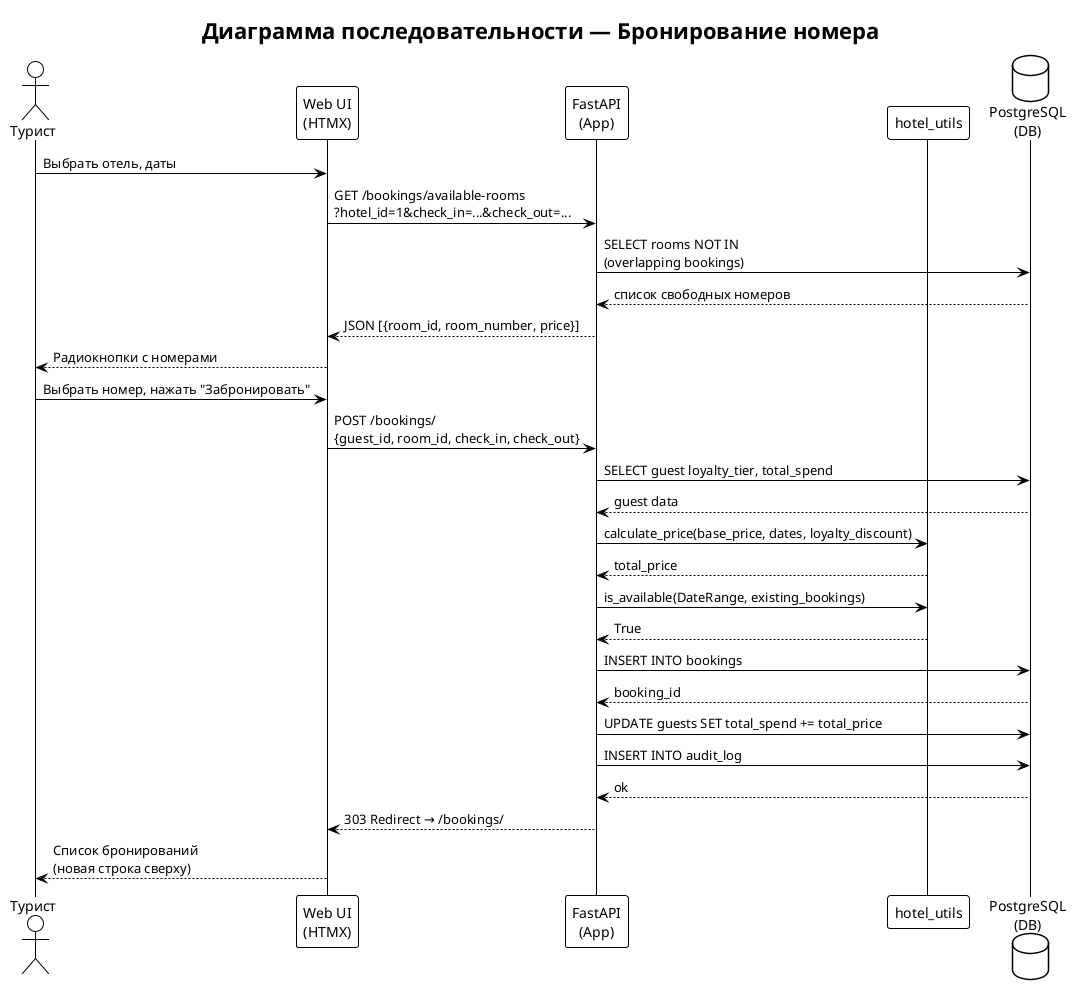
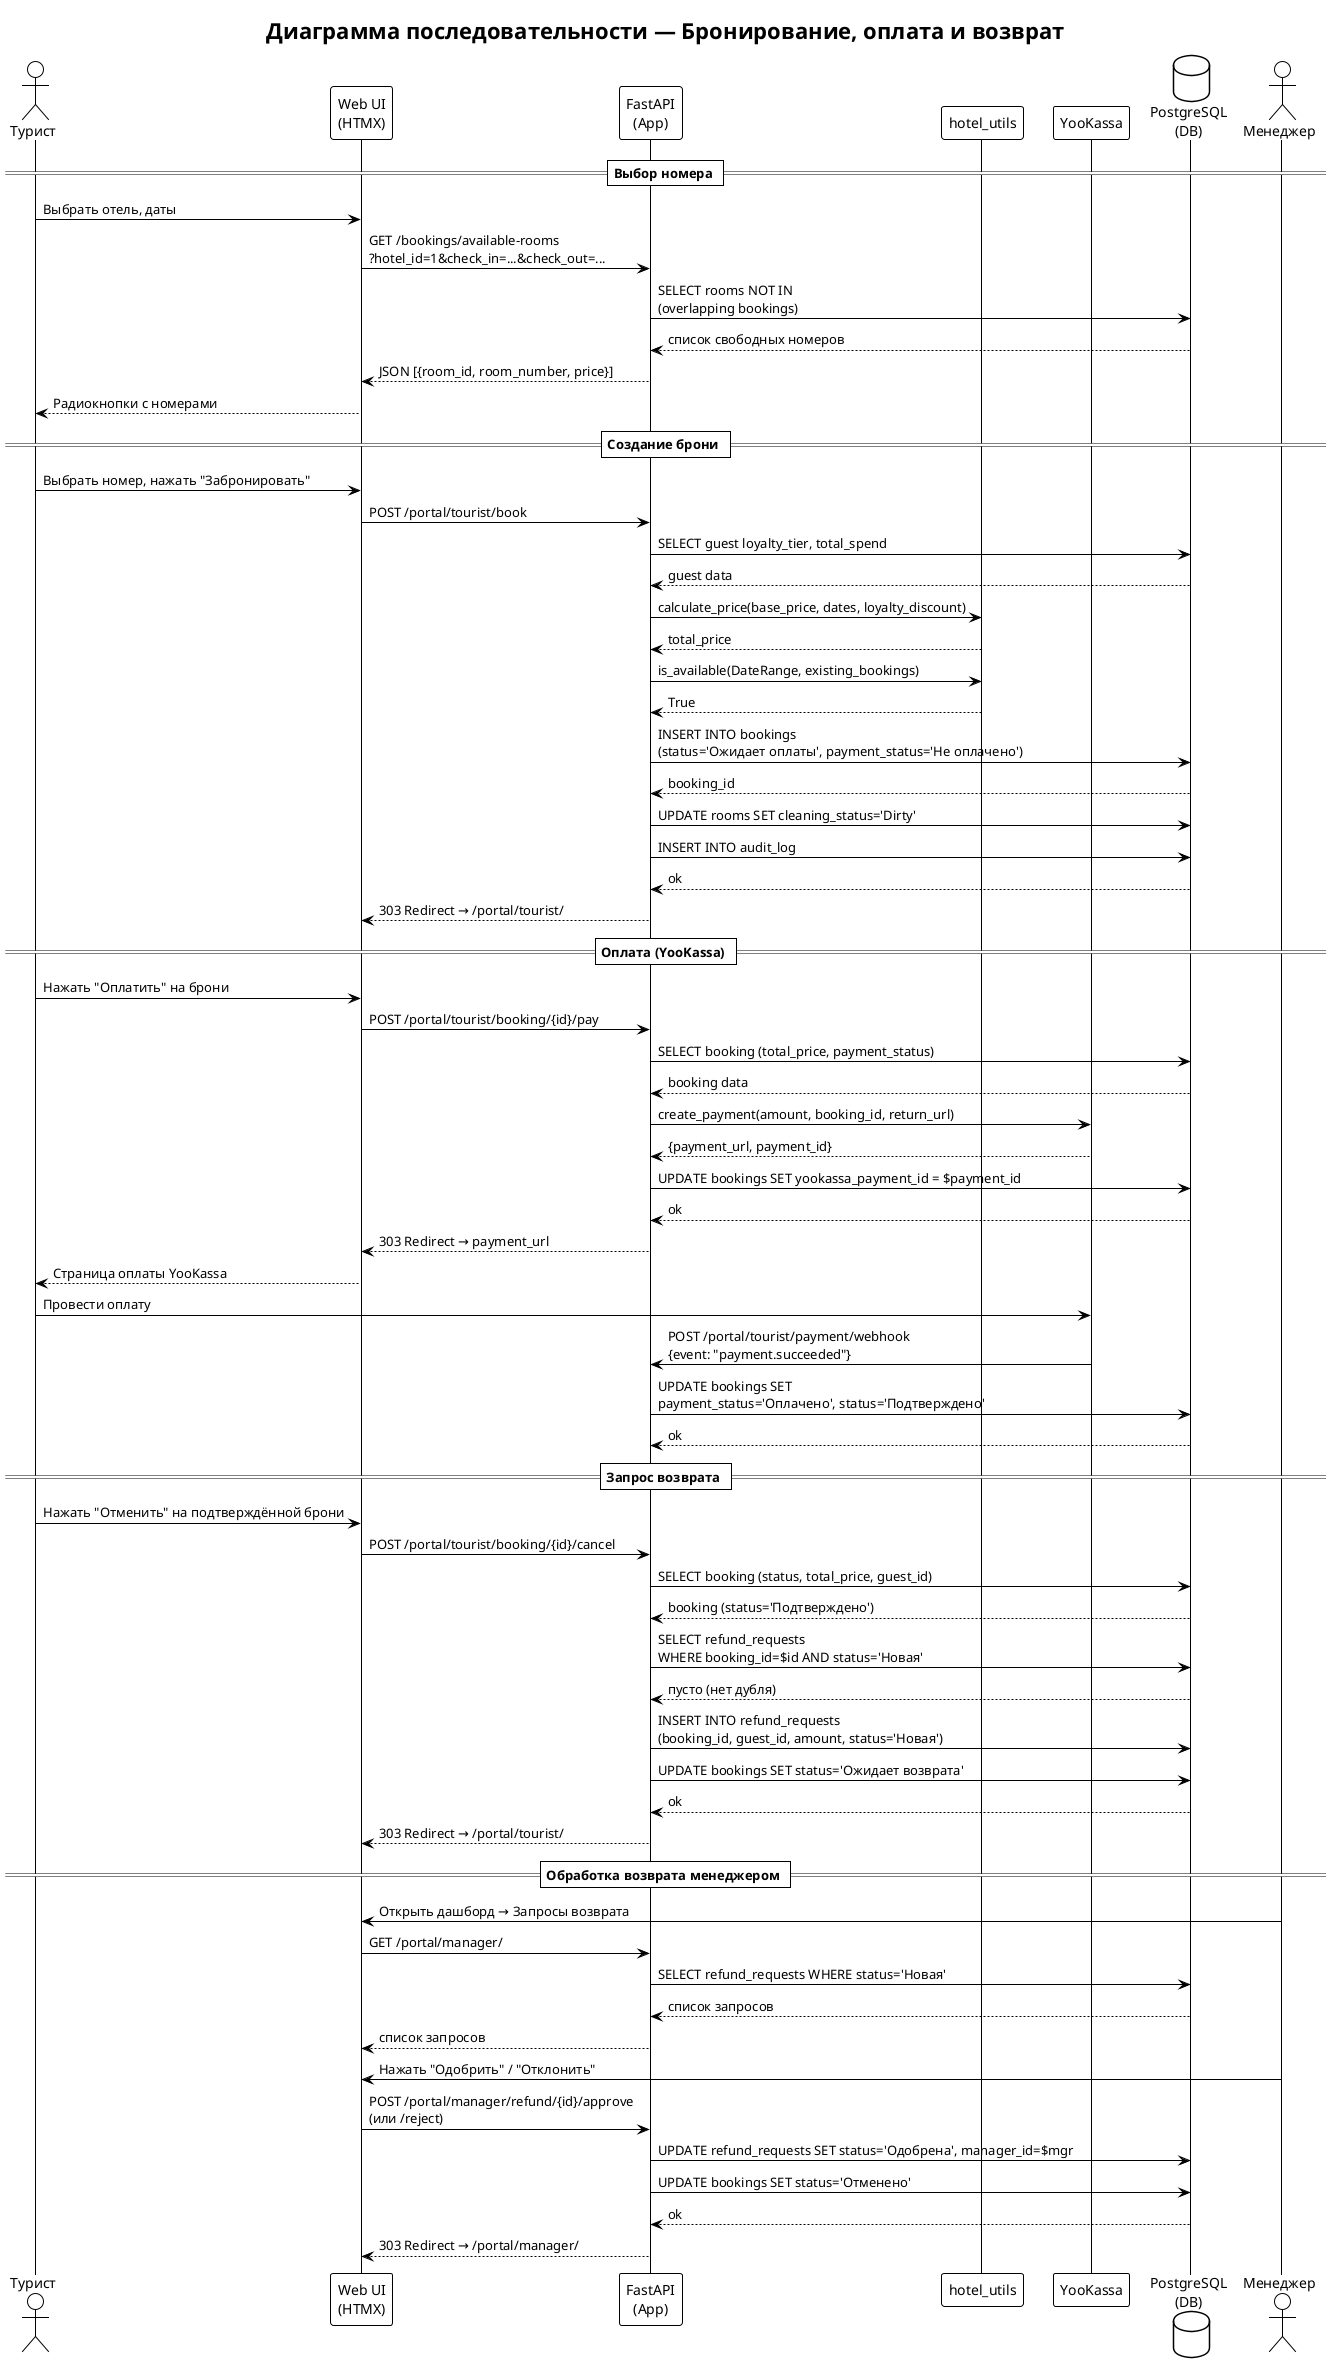
@startuml sequence
!theme plain
- title Диаграмма последовательности — Бронирование номера
+ title Диаграмма последовательности — Бронирование, оплата и возврат

actor "Турист" as user
participant "Web UI\n(HTMX)" as ui
participant "FastAPI\n(App)" as app
participant "hotel_utils" as lib
+ participant "YooKassa" as pay
database "PostgreSQL\n(DB)" as db
+ 
+ == Выбор номера ==

user -> ui : Выбрать отель, даты
ui -> app : GET /bookings/available-rooms\n?hotel_id=1&check_in=...&check_out=...
app -> db : SELECT rooms NOT IN\n(overlapping bookings)
db --> app : список свободных номеров
app --> ui : JSON [{room_id, room_number, price}]
ui --> user : Радиокнопки с номерами

+ == Создание брони ==
+ 
user -> ui : Выбрать номер, нажать "Забронировать"
- ui -> app : POST /bookings/\n{guest_id, room_id, check_in, check_out}
+ ui -> app : POST /portal/tourist/book
app -> db : SELECT guest loyalty_tier, total_spend
db --> app : guest data
app -> lib : calculate_price(base_price, dates, loyalty_discount)
lib --> app : total_price
app -> lib : is_available(DateRange, existing_bookings)
lib --> app : True
- app -> db : INSERT INTO bookings
+ app -> db : INSERT INTO bookings\n(status='Ожидает оплаты', payment_status='Не оплачено')
db --> app : booking_id
- app -> db : UPDATE guests SET total_spend += total_price
+ app -> db : UPDATE rooms SET cleaning_status='Dirty'
app -> db : INSERT INTO audit_log
db --> app : ok
- app --> ui : 303 Redirect → /bookings/
- ui --> user : Список бронирований\n(новая строка сверху)
+ app --> ui : 303 Redirect → /portal/tourist/
+ 
+ == Оплата (YooKassa) ==
+ 
+ user -> ui : Нажать "Оплатить" на брони
+ ui -> app : POST /portal/tourist/booking/{id}/pay
+ app -> db : SELECT booking (total_price, payment_status)
+ db --> app : booking data
+ app -> pay : create_payment(amount, booking_id, return_url)
+ pay --> app : {payment_url, payment_id}
+ app -> db : UPDATE bookings SET yookassa_payment_id = $payment_id
+ db --> app : ok
+ app --> ui : 303 Redirect → payment_url
+ ui --> user : Страница оплаты YooKassa
+ user -> pay : Провести оплату
+ pay -> app : POST /portal/tourist/payment/webhook\n{event: "payment.succeeded"}
+ app -> db : UPDATE bookings SET\npayment_status='Оплачено', status='Подтверждено'
+ db --> app : ok
+ 
+ == Запрос возврата ==
+ 
+ user -> ui : Нажать "Отменить" на подтверждённой брони
+ ui -> app : POST /portal/tourist/booking/{id}/cancel
+ app -> db : SELECT booking (status, total_price, guest_id)
+ db --> app : booking (status='Подтверждено')
+ app -> db : SELECT refund_requests\nWHERE booking_id=$id AND status='Новая'
+ db --> app : пусто (нет дубля)
+ app -> db : INSERT INTO refund_requests\n(booking_id, guest_id, amount, status='Новая')
+ app -> db : UPDATE bookings SET status='Ожидает возврата'
+ db --> app : ok
+ app --> ui : 303 Redirect → /portal/tourist/
+ 
+ == Обработка возврата менеджером ==
+ 
+ actor "Менеджер" as mgr
+ mgr -> ui : Открыть дашборд → Запросы возврата
+ ui -> app : GET /portal/manager/
+ app -> db : SELECT refund_requests WHERE status='Новая'
+ db --> app : список запросов
+ app --> ui : список запросов
+ mgr -> ui : Нажать "Одобрить" / "Отклонить"
+ ui -> app : POST /portal/manager/refund/{id}/approve\n(или /reject)
+ app -> db : UPDATE refund_requests SET status='Одобрена', manager_id=$mgr
+ app -> db : UPDATE bookings SET status='Отменено'
+ db --> app : ok
+ app --> ui : 303 Redirect → /portal/manager/

@enduml
